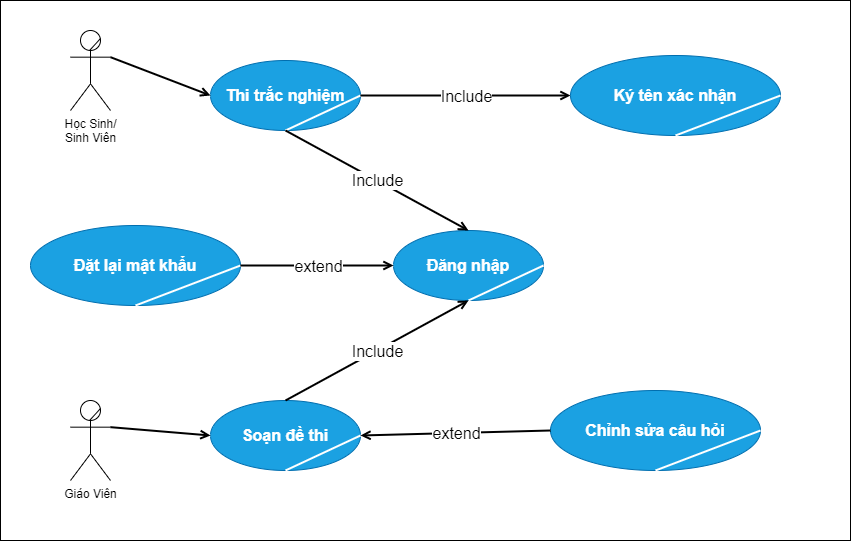
The draw.io diagram nghiepVu.dio.png in sunny-THS/data, before a commit. Source tidied: cells renumbered, new cells last; positions are measured from the earlier drawing's top-left corner, leaving out a move shared by most shapes.
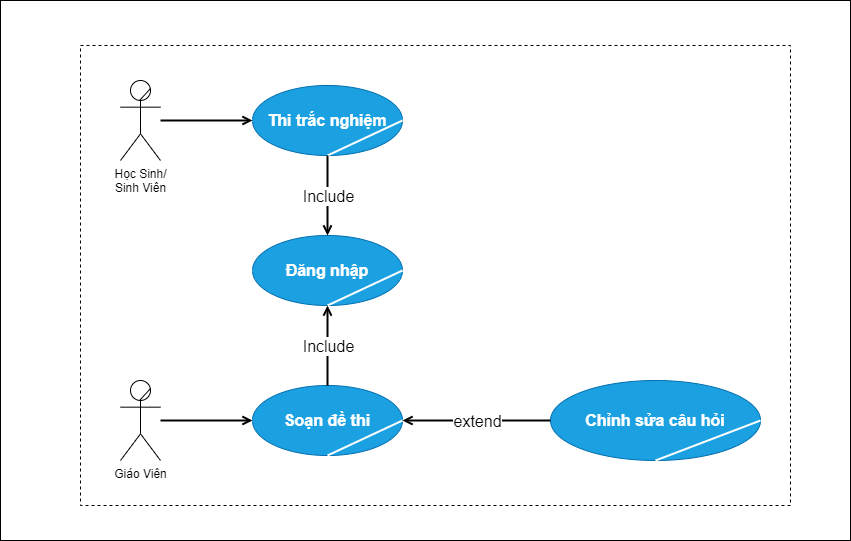
After the commit.

Diff of the diagram source:
```diff
@@ -3,40 +3,40 @@
     <mxCell id="0" />
     <mxCell id="1" parent="0" />
     <mxCell id="2" style="rounded=0;whiteSpace=wrap;html=1;" parent="1" vertex="1">
-      <mxGeometry width="850" height="540" as="geometry" />
+      <mxGeometry y="-5" width="850" height="540" as="geometry" />
     </mxCell>
     <mxCell id="3" value="Học Sinh/&lt;br&gt;Sinh Viên" style="shape=umlActor;verticalLabelPosition=bottom;verticalAlign=top;html=1;outlineConnect=0;" parent="1" vertex="1">
-      <mxGeometry x="70" y="30" width="40" height="80" as="geometry" />
+      <mxGeometry x="120" y="75" width="40" height="80" as="geometry" />
     </mxCell>
     <mxCell id="4" style="endArrow=none;html=1;entryX=0.75;entryY=0.1;entryDx=0;entryDy=0;entryPerimeter=0;exitX=0.489;exitY=0.243;exitDx=0;exitDy=0;exitPerimeter=0;" parent="1" edge="1" source="3" target="3">
       <mxGeometry relative="1" as="geometry" />
     </mxCell>
     <mxCell id="5" value="Giáo Viên" style="shape=umlActor;verticalLabelPosition=bottom;verticalAlign=top;html=1;outlineConnect=0;" parent="1" vertex="1">
-      <mxGeometry x="70" y="400" width="40" height="80" as="geometry" />
+      <mxGeometry x="120" y="375" width="40" height="80" as="geometry" />
     </mxCell>
     <mxCell id="6" style="endArrow=none;html=1;entryX=0.75;entryY=0.1;entryDx=0;entryDy=0;entryPerimeter=0;exitX=0.489;exitY=0.243;exitDx=0;exitDy=0;exitPerimeter=0;" parent="1" edge="1" source="5" target="5">
       <mxGeometry relative="1" as="geometry" />
     </mxCell>
     <mxCell id="7" value="&lt;b&gt;&lt;font style=&quot;font-size: 16px&quot;&gt;Thi trắc nghiệm&lt;/font&gt;&lt;/b&gt;" style="ellipse;whiteSpace=wrap;html=1;fillColor=#1ba1e2;fontColor=#ffffff;strokeColor=#006EAF;" parent="1" vertex="1">
-      <mxGeometry x="210" y="60" width="150" height="70" as="geometry" />
+      <mxGeometry x="252" y="80" width="150" height="70" as="geometry" />
     </mxCell>
     <mxCell id="8" style="endArrow=none;html=1;entryX=1;entryY=0.5;entryDx=0;entryDy=0;exitX=0.5;exitY=1;exitDx=0;exitDy=0;strokeWidth=2;fillColor=#f5f5f5;strokeColor=#fff;" parent="1" edge="1" source="7" target="7">
       <mxGeometry relative="1" as="geometry" />
     </mxCell>
-    <mxCell id="9" style="endArrow=open;html=1;fontSize=16;strokeWidth=2;exitX=1;exitY=0.3333333333333333;exitDx=0;exitDy=0;exitPerimeter=0;entryX=0;entryY=0.5;entryDx=0;entryDy=0;endFill=0;" parent="1" edge="1" source="3" target="7">
+    <mxCell id="9" style="endArrow=open;html=1;fontSize=16;strokeWidth=2;entryX=0;entryY=0.5;entryDx=0;entryDy=0;endFill=0;" parent="1" edge="1" source="3" target="7">
       <mxGeometry relative="1" as="geometry" />
     </mxCell>
     <mxCell id="10" value="&lt;b&gt;&lt;font style=&quot;font-size: 16px&quot;&gt;Soạn đề thi&lt;/font&gt;&lt;/b&gt;" style="ellipse;whiteSpace=wrap;html=1;fillColor=#1ba1e2;fontColor=#ffffff;strokeColor=#006EAF;" parent="1" vertex="1">
-      <mxGeometry x="210" y="400" width="150" height="70" as="geometry" />
+      <mxGeometry x="252" y="380" width="150" height="70" as="geometry" />
     </mxCell>
     <mxCell id="11" style="endArrow=none;html=1;entryX=1;entryY=0.5;entryDx=0;entryDy=0;exitX=0.5;exitY=1;exitDx=0;exitDy=0;strokeWidth=2;fillColor=#f5f5f5;strokeColor=#fff;" parent="1" edge="1" source="10" target="10">
       <mxGeometry relative="1" as="geometry" />
     </mxCell>
-    <mxCell id="12" style="endArrow=open;html=1;fontSize=16;strokeWidth=2;exitX=1;exitY=0.3333333333333333;exitDx=0;exitDy=0;exitPerimeter=0;entryX=0;entryY=0.5;entryDx=0;entryDy=0;endFill=0;" parent="1" edge="1" source="5" target="10">
+    <mxCell id="12" style="endArrow=open;html=1;fontSize=16;strokeWidth=2;entryX=0;entryY=0.5;entryDx=0;entryDy=0;endFill=0;" parent="1" edge="1" source="5" target="10">
       <mxGeometry relative="1" as="geometry" />
     </mxCell>
     <mxCell id="13" value="&lt;span style=&quot;font-size: 16px&quot;&gt;&lt;b&gt;Đăng nhập&lt;/b&gt;&lt;/span&gt;" style="ellipse;whiteSpace=wrap;html=1;fillColor=#1ba1e2;fontColor=#ffffff;strokeColor=#006EAF;" parent="1" vertex="1">
-      <mxGeometry x="393" y="230" width="150" height="70" as="geometry" />
+      <mxGeometry x="252" y="230" width="150" height="70" as="geometry" />
     </mxCell>
     <mxCell id="14" style="endArrow=none;html=1;entryX=1;entryY=0.5;entryDx=0;entryDy=0;exitX=0.5;exitY=1;exitDx=0;exitDy=0;strokeWidth=2;fillColor=#f5f5f5;strokeColor=#fff;" parent="1" edge="1" source="13" target="13">
       <mxGeometry relative="1" as="geometry" />
@@ -54,7 +54,7 @@
       <mxGeometry relative="1" as="geometry" />
     </mxCell>
     <mxCell id="19" value="&lt;span style=&quot;font-size: 16px&quot;&gt;&lt;b&gt;Chỉnh sửa câu hỏi&lt;/b&gt;&lt;/span&gt;" style="ellipse;whiteSpace=wrap;html=1;fillColor=#1ba1e2;fontColor=#ffffff;strokeColor=#006EAF;" parent="1" vertex="1">
-      <mxGeometry x="550" y="390" width="210" height="80" as="geometry" />
+      <mxGeometry x="550" y="375" width="210" height="80" as="geometry" />
     </mxCell>
     <mxCell id="20" style="endArrow=none;html=1;entryX=1;entryY=0.5;entryDx=0;entryDy=0;exitX=0.5;exitY=1;exitDx=0;exitDy=0;strokeWidth=2;fillColor=#f5f5f5;strokeColor=#fff;" parent="1" edge="1" source="19" target="19">
       <mxGeometry relative="1" as="geometry" />
@@ -65,29 +65,8 @@
     <mxCell id="22" value="extend" style="edgeLabel;html=1;align=center;verticalAlign=middle;fontSize=16;" parent="21" vertex="1">
       <mxGeometry relative="1" as="geometry" />
     </mxCell>
-    <mxCell id="23" value="&lt;span style=&quot;font-size: 16px&quot;&gt;&lt;b&gt;Ký tên xác nhận&lt;/b&gt;&lt;/span&gt;" style="ellipse;whiteSpace=wrap;html=1;fillColor=#1ba1e2;fontColor=#ffffff;strokeColor=#006EAF;" parent="1" vertex="1">
-      <mxGeometry x="570" y="55" width="210" height="80" as="geometry" />
-    </mxCell>
-    <mxCell id="24" style="endArrow=none;html=1;entryX=1;entryY=0.5;entryDx=0;entryDy=0;exitX=0.5;exitY=1;exitDx=0;exitDy=0;strokeWidth=2;fillColor=#f5f5f5;strokeColor=#fff;" parent="1" edge="1" source="23" target="23">
-      <mxGeometry relative="1" as="geometry" />
-    </mxCell>
-    <mxCell id="25" style="endArrow=open;html=1;fontSize=16;strokeWidth=2;exitX=1;exitY=0.5;exitDx=0;exitDy=0;entryX=0;entryY=0.5;entryDx=0;entryDy=0;endFill=0;" parent="1" edge="1" source="7" target="23">
-      <mxGeometry relative="1" as="geometry" />
-    </mxCell>
-    <mxCell id="26" value="Include" style="edgeLabel;html=1;align=center;verticalAlign=middle;fontSize=16;" parent="25" vertex="1">
-      <mxGeometry relative="1" as="geometry" />
-    </mxCell>
-    <mxCell id="27" value="&lt;span style=&quot;font-size: 16px&quot;&gt;&lt;b&gt;Đặt lại mật khẩu&lt;/b&gt;&lt;/span&gt;" style="ellipse;whiteSpace=wrap;html=1;fillColor=#1ba1e2;fontColor=#ffffff;strokeColor=#006EAF;" parent="1" vertex="1">
-      <mxGeometry x="30" y="225" width="210" height="80" as="geometry" />
-    </mxCell>
-    <mxCell id="28" style="endArrow=none;html=1;entryX=1;entryY=0.5;entryDx=0;entryDy=0;exitX=0.5;exitY=1;exitDx=0;exitDy=0;strokeWidth=2;fillColor=#f5f5f5;strokeColor=#fff;" parent="1" edge="1" source="27" target="27">
-      <mxGeometry relative="1" as="geometry" />
-    </mxCell>
-    <mxCell id="29" style="endArrow=open;html=1;fontSize=16;strokeWidth=2;exitX=1;exitY=0.5;exitDx=0;exitDy=0;entryX=0;entryY=0.5;entryDx=0;entryDy=0;endFill=0;" parent="1" edge="1" source="27" target="13">
-      <mxGeometry relative="1" as="geometry" />
-    </mxCell>
-    <mxCell id="30" value="extend" style="edgeLabel;html=1;align=center;verticalAlign=middle;fontSize=16;" parent="29" vertex="1">
-      <mxGeometry relative="1" as="geometry" />
+    <mxCell id="30" style="rounded=0;whiteSpace=wrap;html=1;fillColor=none;dashed=1;" parent="1" vertex="1">
+      <mxGeometry x="80" y="40" width="710" height="460" as="geometry" />
     </mxCell>
   </root>
 </mxGraphModel>
```
